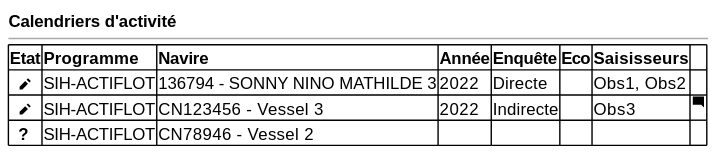
Above: projects/activity-calendar/spe/images/activity-calendar-table.svg in sumaris-net/sumaris-doc (PlantUML), before the change.
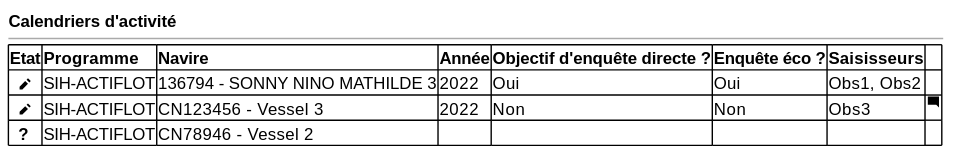
After the commit.

What changed in the source:
```diff
@@ -4,9 +4,9 @@
   --
 	{#
 
-     <b>Etat | <b>Programme | <b>Navire   | <b>Année | <b>Enquête | <b>Eco |<b>Saisisseurs | .
-     <b>  <&pencil> | SIH-ACTIFLOT | 136794 - SONNY NINO MATHILDE 3 | 2022 | Directe | . | Obs1, Obs2 | .
-     <b>  <&pencil> | SIH-ACTIFLOT | CN123456 - Vessel 3 | 2022 | Indirecte | . | Obs3 | <&comment-square>
+     <b>Etat | <b>Programme | <b>Navire   | <b>Année | <b>Objectif d'enquête directe ? | <b>Enquête éco ?|<b>Saisisseurs | .
+     <b>  <&pencil> | SIH-ACTIFLOT | 136794 - SONNY NINO MATHILDE 3 | 2022 | Oui | Oui | Obs1, Obs2 | .
+     <b>  <&pencil> | SIH-ACTIFLOT | CN123456 - Vessel 3 | 2022 | Non | Non | Obs3 | <&comment-square>
      <b>  ? | SIH-ACTIFLOT | CN78946 - Vessel 2 | . | . | . | .
     }
 
```
